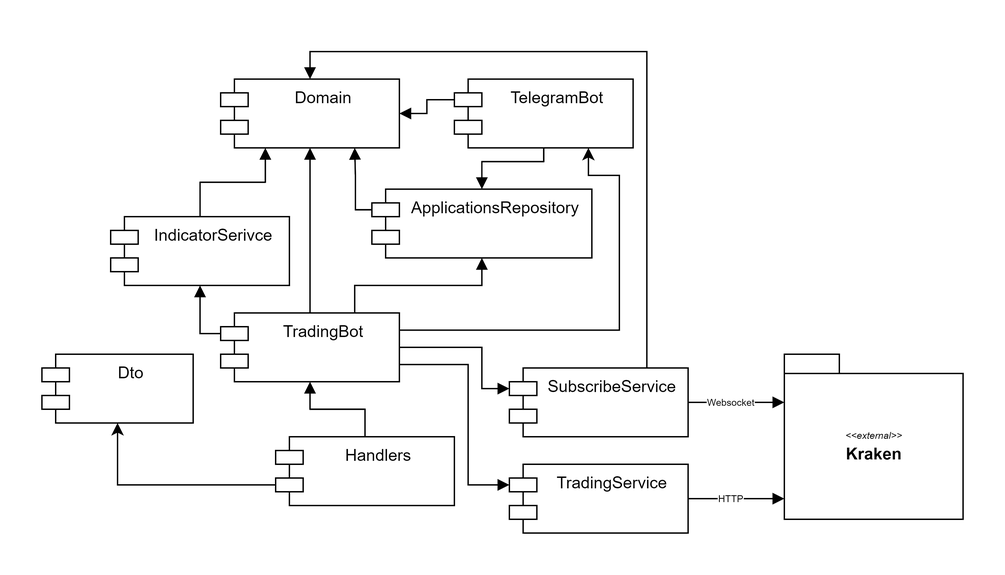
Before: course_project/img/modules.png, a diagram exported from draw.io (Willsem/tfs-go-hw). Source tidied: cells renumbered, new cells last; positions are measured from the earlier drawing's top-left corner, leaving out a move shared by most shapes.
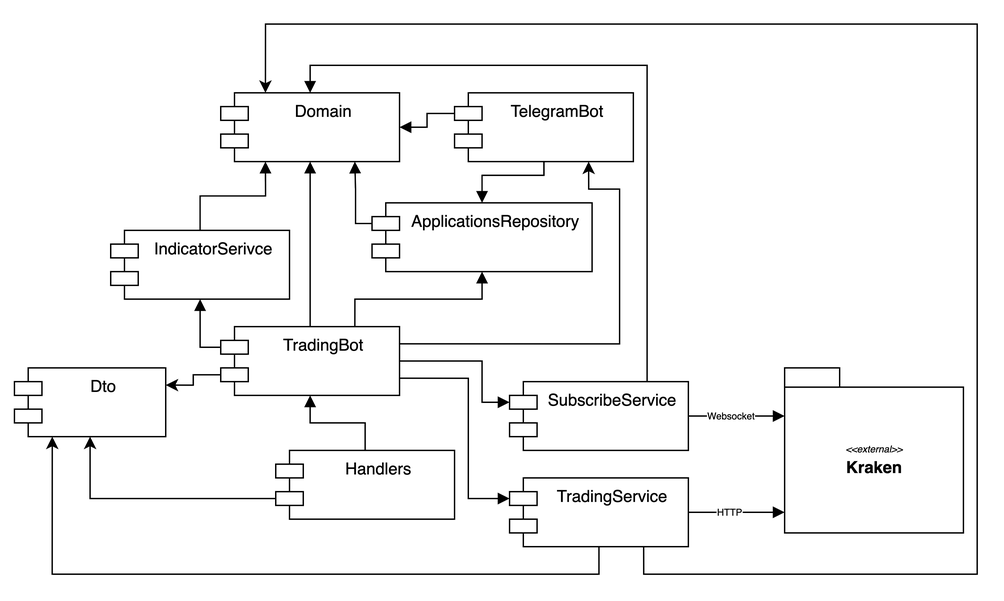
Later version of the same file.

What changed in the source:
```diff
@@ -42,6 +42,9 @@
         </Array>
       </mxGeometry>
     </mxCell>
+    <mxCell id="29" style="edgeStyle=orthogonalEdgeStyle;rounded=0;jettySize=auto;html=1;exitX=0;exitY=0;exitDx=0;exitDy=35;exitPerimeter=0;entryX=1;entryY=0.25;entryDx=0;entryDy=0;" parent="1" edge="1" source="10" target="28">
+      <mxGeometry relative="1" as="geometry" />
+    </mxCell>
     <mxCell id="10" value="TradingBot" style="shape=module;align=left;spacingLeft=20;align=center;verticalAlign=top;" parent="1" vertex="1">
       <mxGeometry x="130" y="190" width="130" height="50" as="geometry" />
     </mxCell>
@@ -95,6 +98,19 @@
         <mxPoint x="-2" as="offset" />
       </mxGeometry>
     </mxCell>
+    <mxCell id="30" style="edgeStyle=orthogonalEdgeStyle;rounded=0;jettySize=auto;html=1;exitX=0.5;exitY=1;exitDx=0;exitDy=0;entryX=0.25;entryY=1;entryDx=0;entryDy=0;" parent="1" edge="1" source="22" target="28">
+      <mxGeometry relative="1" as="geometry" />
+    </mxCell>
+    <mxCell id="31" style="edgeStyle=orthogonalEdgeStyle;rounded=0;jettySize=auto;html=1;exitX=0.75;exitY=1;exitDx=0;exitDy=0;entryX=0.25;entryY=0;entryDx=0;entryDy=0;" parent="1" edge="1" source="22" target="14">
+      <mxGeometry relative="1" as="geometry">
+        <Array as="points">
+          <mxPoint x="438" y="370" />
+          <mxPoint x="680" y="370" />
+          <mxPoint x="680" y="-30" />
+          <mxPoint x="163" y="-30" />
+        </Array>
+      </mxGeometry>
+    </mxCell>
     <mxCell id="22" value="TradingService" style="shape=module;align=left;spacingLeft=20;align=center;verticalAlign=top;" parent="1" vertex="1">
       <mxGeometry x="340" y="300" width="130" height="50" as="geometry" />
     </mxCell>
@@ -127,7 +143,7 @@
       <mxGeometry x="540" y="220" width="130" height="120" as="geometry" />
     </mxCell>
     <mxCell id="28" value="Dto" style="shape=module;align=left;spacingLeft=20;align=center;verticalAlign=top;" parent="1" vertex="1">
-      <mxGeometry y="220" width="110" height="50" as="geometry" />
+      <mxGeometry x="-20" y="220" width="110" height="50" as="geometry" />
     </mxCell>
   </root>
 </mxGraphModel>
```
